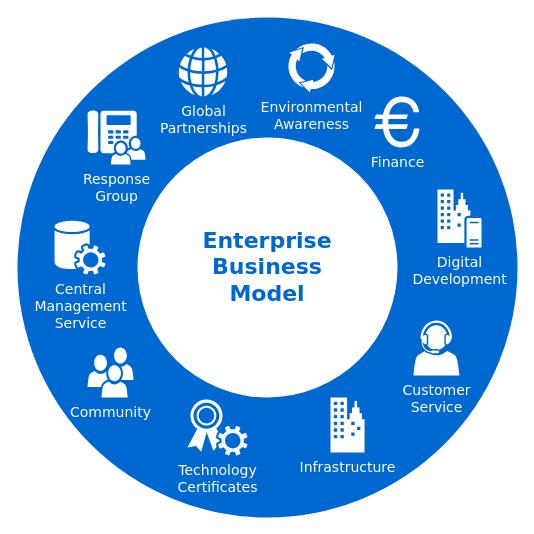
The draw.io diagram tdm-tools/Test Data Mgmt flow.drawio in jigneshadesara90/tdm-diagram, before the edit. Source tidied: cells renumbered, new cells numbered last; positions are measured from the earlier drawing's top-left corner, leaving out a move shared by most shapes. Both pictures are drawn from the tidied source at 100%, with x=0, y=0 at pixel (17, 17). Pictures stored in the file or linked from it are replaced by grey dashed boxes.
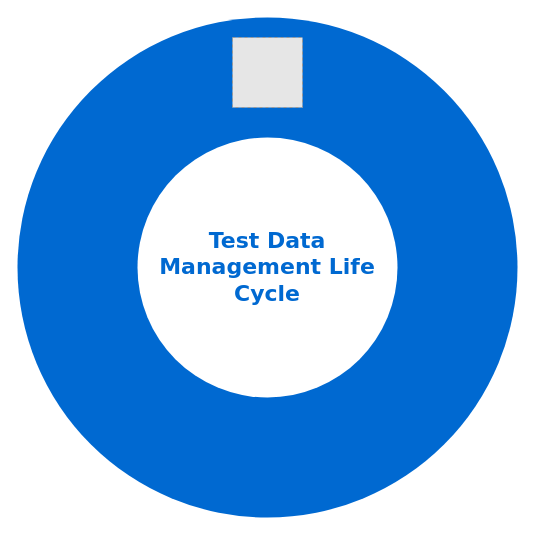
The same diagram, later.

Diff of the diagram source:
```diff
@@
 <mxGraphModel>
   <root>
     <mxCell id="0" />
     <mxCell id="1" parent="0" />
     <mxCell id="2" style="ellipse;whiteSpace=wrap;html=1;rounded=0;shadow=0;comic=0;strokeWidth=1;fontFamily=Verdana;fontSize=14;strokeColor=none;fillColor=#0069D1;" parent="1" vertex="1">
       <mxGeometry width="500" height="500" as="geometry" />
     </mxCell>
-    <mxCell id="3" value="Enterprise&lt;div&gt;Business&lt;/div&gt;&lt;div&gt;Model&lt;/div&gt;" style="ellipse;whiteSpace=wrap;html=1;rounded=0;shadow=0;comic=0;strokeWidth=1;fontFamily=Verdana;fontSize=22;strokeColor=none;fillColor=#ffffff;fontColor=#0069D1;fontStyle=1;" parent="1" vertex="1">
+    <mxCell id="3" value="Test Data Management Life Cycle" style="ellipse;whiteSpace=wrap;html=1;rounded=0;shadow=0;comic=0;strokeWidth=1;fontFamily=Verdana;fontSize=22;strokeColor=none;fillColor=#ffffff;fontColor=#0069D1;fontStyle=1;" parent="1" vertex="1">
       <mxGeometry x="120" y="120" width="260" height="260" as="geometry" />
     </mxCell>
-    <mxCell id="4" value="Community" style="shadow=0;dashed=0;html=1;strokeColor=none;fillColor=#ffffff;labelPosition=center;verticalLabelPosition=bottom;verticalAlign=top;shape=mxgraph.office.users.users;rounded=0;comic=0;fontFamily=Verdana;fontSize=14;fontColor=#FFFFFF;" parent="1" vertex="1">
-      <mxGeometry x="70" y="330" width="46" height="50" as="geometry" />
-    </mxCell>
-    <mxCell id="5" value="Customer&lt;div&gt;Service&lt;/div&gt;" style="shadow=0;dashed=0;html=1;strokeColor=none;fillColor=#ffffff;labelPosition=center;verticalLabelPosition=bottom;verticalAlign=top;shape=mxgraph.office.users.call_center_agent;rounded=0;comic=0;fontFamily=Verdana;fontSize=14;fontColor=#FFFFFF;" parent="1" vertex="1">
-      <mxGeometry x="396" y="303" width="46" height="55" as="geometry" />
-    </mxCell>
-    <mxCell id="6" value="Response&lt;div&gt;Group&lt;/div&gt;" style="shadow=0;dashed=0;html=1;strokeColor=none;fillColor=#ffffff;labelPosition=center;verticalLabelPosition=bottom;verticalAlign=top;shape=mxgraph.office.users.response_group;rounded=0;comic=0;fontFamily=Verdana;fontSize=14;fontColor=#FFFFFF;" parent="1" vertex="1">
-      <mxGeometry x="70" y="93" width="58" height="54" as="geometry" />
-    </mxCell>
-    <mxCell id="7" value="Central&lt;div&gt;Management&lt;/div&gt;&lt;div&gt;Service&lt;/div&gt;" style="shadow=0;dashed=0;html=1;strokeColor=none;fillColor=#ffffff;labelPosition=center;verticalLabelPosition=bottom;verticalAlign=top;shape=mxgraph.office.services.central_management_service;rounded=0;comic=0;fontFamily=Verdana;fontSize=14;fontColor=#FFFFFF;" parent="1" vertex="1">
-      <mxGeometry x="37" y="203" width="51" height="54" as="geometry" />
-    </mxCell>
-    <mxCell id="8" value="Digital&lt;div&gt;Development&lt;/div&gt;" style="shadow=0;dashed=0;html=1;strokeColor=none;fillColor=#ffffff;labelPosition=center;verticalLabelPosition=bottom;verticalAlign=top;shape=mxgraph.office.servers.on_premises_server;rounded=0;comic=0;fontFamily=Verdana;fontSize=14;fontColor=#FFFFFF;" parent="1" vertex="1">
-      <mxGeometry x="420" y="172" width="44" height="58" as="geometry" />
-    </mxCell>
-    <mxCell id="9" value="Technology&lt;div&gt;Certificates&lt;/div&gt;" style="shadow=0;dashed=0;html=1;strokeColor=none;fillColor=#ffffff;labelPosition=center;verticalLabelPosition=bottom;verticalAlign=top;shape=mxgraph.office.security.token_service;rounded=0;comic=0;fontFamily=Verdana;fontSize=14;fontColor=#FFFFFF;" parent="1" vertex="1">
-      <mxGeometry x="170" y="382" width="60" height="56" as="geometry" />
-    </mxCell>
-    <mxCell id="10" value="Infrastructure" style="shadow=0;dashed=0;html=1;strokeColor=none;fillColor=#ffffff;labelPosition=center;verticalLabelPosition=bottom;verticalAlign=top;shape=mxgraph.office.concepts.on_premises;rounded=0;comic=0;fontFamily=Verdana;fontSize=14;fontColor=#FFFFFF;" parent="1" vertex="1">
-      <mxGeometry x="313" y="380" width="34" height="55" as="geometry" />
-    </mxCell>
-    <mxCell id="11" value="Global&lt;div&gt;Partnerships&lt;/div&gt;" style="shadow=0;dashed=0;html=1;strokeColor=none;fillColor=#ffffff;labelPosition=center;verticalLabelPosition=bottom;verticalAlign=top;shape=mxgraph.office.concepts.globe_internet;rounded=0;comic=0;fontFamily=Verdana;fontSize=14;fontColor=#FFFFFF;" parent="1" vertex="1">
-      <mxGeometry x="161" y="30" width="49" height="49" as="geometry" />
-    </mxCell>
-    <mxCell id="12" value="Environmental&lt;div&gt;Awareness&lt;/div&gt;" style="shadow=0;dashed=0;html=1;strokeColor=none;shape=mxgraph.mscae.general.continuous_cycle;fillColor=#ffffff;rounded=0;comic=0;fontFamily=Verdana;fontSize=14;fontColor=#FFFFFF;verticalAlign=top;labelPosition=center;verticalLabelPosition=bottom;align=center;" parent="1" vertex="1">
-      <mxGeometry x="270" y="25" width="48" height="50" as="geometry" />
-    </mxCell>
-    <mxCell id="13" value="Finance" style="shape=mxgraph.signs.travel.euro;html=1;fillColor=#ffffff;strokeColor=none;verticalLabelPosition=bottom;verticalAlign=top;align=center;rounded=0;shadow=0;dashed=0;comic=0;fontFamily=Verdana;fontSize=14;fontColor=#FFFFFF;" parent="1" vertex="1">
-      <mxGeometry x="357" y="79" width="45" height="51" as="geometry" />
-    </mxCell>
+    <mxCell id="14" style="fillColor=#E6E6E6;strokeColor=#999999;dashed=1;html=1;verticalAlign=top;verticalLabelPosition=bottom;labelBackgroundColor=#ffffff;align=center;" parent="1" vertex="1">
+      <mxGeometry x="215" y="20" width="70" height="70" as="geometry" />
+    </mxCell>
   </root>
 </mxGraphModel>
```
